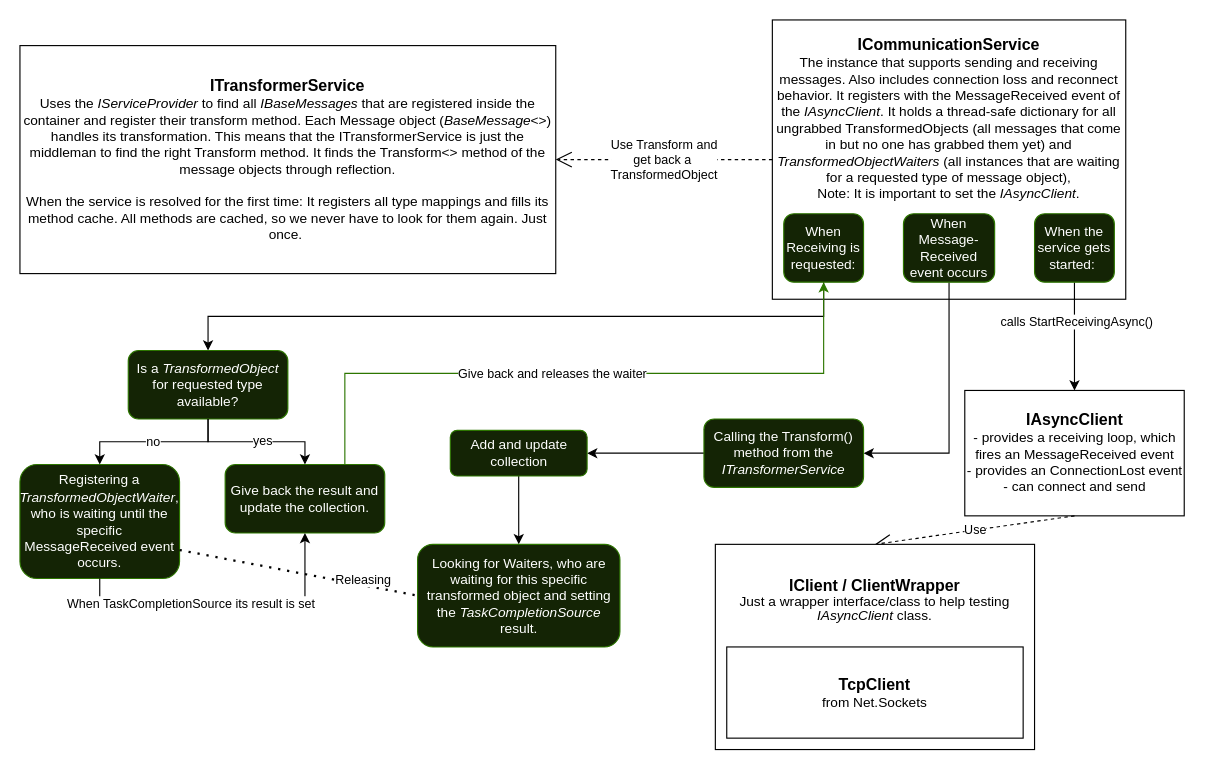
Earlier version of the draw.io diagram docs/draws/Transformation_and_Communication.drawio (Tnail1994/BeautifulProject). Source tidied: cells renumbered, new cells numbered last; positions are measured from the earlier drawing's top-left corner, leaving out a move shared by most shapes. Both pictures are drawn from the tidied source at 114%, with x=0, y=0 at pixel (19, 19).
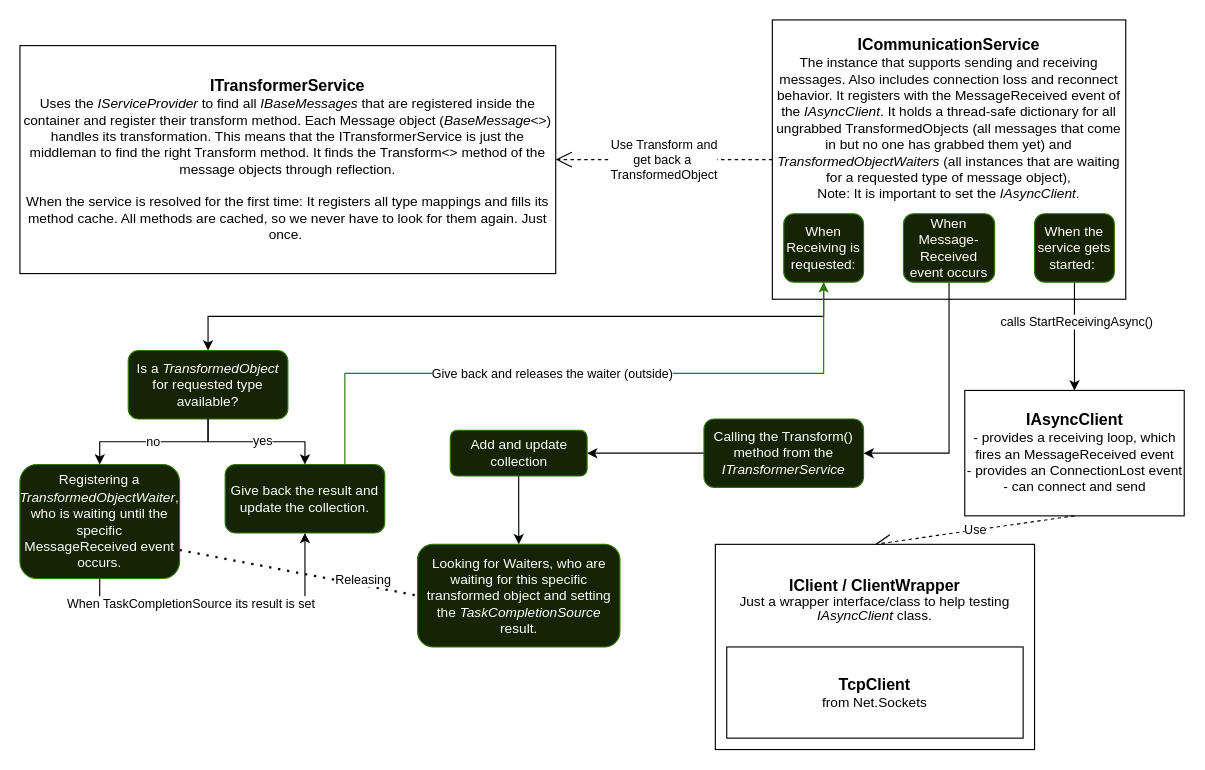
Above is the later version.

The change refers to these unchanged cells:
```xml
<mxCell id="15" style="edgeStyle=orthogonalEdgeStyle;rounded=0;jettySize=auto;html=1;exitX=0.75;exitY=0;exitDx=0;exitDy=0;entryX=0.5;entryY=1;entryDx=0;entryDy=0;fillColor=#60a917;strokeColor=#2D7600;" parent="1" edge="1" source="29" target="14">
  <mxGeometry relative="1" as="geometry" />
</mxCell>
```

What changed in the source:
```diff
@@
-    <mxCell id="16" value="Give back and releases the waiter" style="edgeLabel;html=1;align=center;verticalAlign=middle;" parent="15" vertex="1">
+    <mxCell id="16" value="Give back and releases the waiter (outside)" style="edgeLabel;html=1;align=center;verticalAlign=middle;" parent="15" vertex="1">
       <mxGeometry x="-0.1" relative="1" as="geometry" />
     </mxCell>
```
